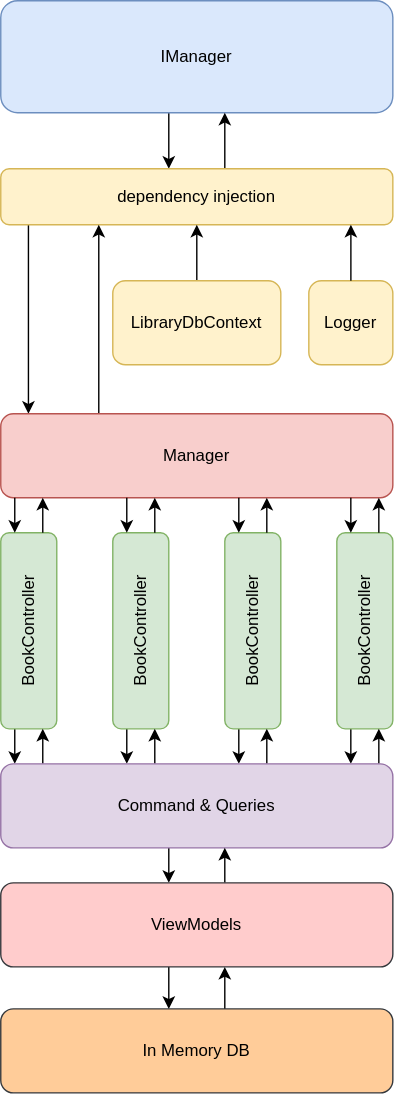
This is Img/Diagram/diagram.svg from Fimple-Net-Bootcamp/bahtiyar-bayir-week-1, a draw.io export, as it was before one commit. Source tidied: cells renumbered, new cells last; positions are measured from the earlier drawing's top-left corner, leaving out a move shared by most shapes.
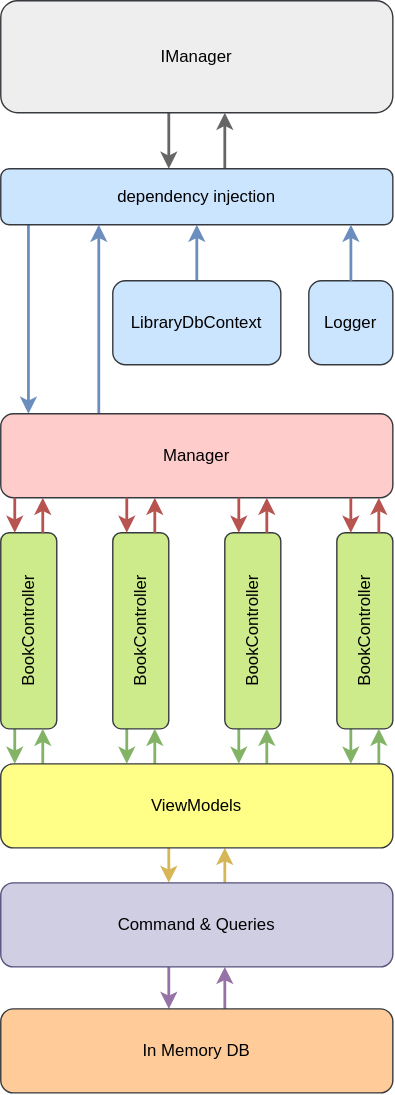
Later version of the same file.

Diff of the diagram source:
```diff
@@ -2,7 +2,7 @@
   <root>
     <mxCell id="0" />
     <mxCell id="1" parent="0" />
-    <mxCell id="2" style="edgeStyle=orthogonalEdgeStyle;rounded=0;jettySize=auto;html=1;" parent="1" edge="1" source="3" target="6">
+    <mxCell id="2" style="edgeStyle=orthogonalEdgeStyle;rounded=0;jettySize=auto;html=1;strokeWidth=2;fillColor=#f5f5f5;strokeColor=#666666;" parent="1" edge="1" source="3" target="6">
       <mxGeometry relative="1" as="geometry">
         <Array as="points">
           <mxPoint x="120" y="110" />
@@ -10,10 +10,10 @@
         </Array>
       </mxGeometry>
     </mxCell>
-    <mxCell id="3" value="IManager" style="rounded=1;whiteSpace=wrap;html=1;fillColor=#dae8fc;strokeColor=#6c8ebf;" parent="1" vertex="1">
+    <mxCell id="3" value="IManager" style="rounded=1;whiteSpace=wrap;html=1;fillColor=#eeeeee;strokeColor=#36393d;" parent="1" vertex="1">
       <mxGeometry width="280" height="80" as="geometry" />
     </mxCell>
-    <mxCell id="4" style="edgeStyle=orthogonalEdgeStyle;rounded=0;jettySize=auto;html=1;" parent="1" edge="1" source="6" target="3">
+    <mxCell id="4" style="edgeStyle=orthogonalEdgeStyle;rounded=0;jettySize=auto;html=1;strokeWidth=2;fillColor=#f5f5f5;strokeColor=#666666;" parent="1" edge="1" source="6" target="3">
       <mxGeometry relative="1" as="geometry">
         <Array as="points">
           <mxPoint x="160" y="90" />
@@ -21,25 +21,25 @@
         </Array>
       </mxGeometry>
     </mxCell>
-    <mxCell id="5" style="edgeStyle=orthogonalEdgeStyle;rounded=0;orthogonalLoop=1;jettySize=auto;html=1;entryX=0.5;entryY=0;entryDx=0;entryDy=0;" parent="1" edge="1">
+    <mxCell id="5" style="edgeStyle=orthogonalEdgeStyle;rounded=0;orthogonalLoop=1;jettySize=auto;html=1;entryX=0.5;entryY=0;entryDx=0;entryDy=0;strokeWidth=2;fillColor=#dae8fc;strokeColor=#6c8ebf;" parent="1" edge="1">
       <mxGeometry relative="1" as="geometry">
         <mxPoint x="19.8" y="160" as="sourcePoint" />
         <mxPoint x="19.8" y="295" as="targetPoint" />
       </mxGeometry>
     </mxCell>
-    <mxCell id="6" value="dependency injection" style="whiteSpace=wrap;html=1;rounded=1;fillColor=#fff2cc;strokeColor=#d6b656;" parent="1" vertex="1">
+    <mxCell id="6" value="dependency injection" style="whiteSpace=wrap;html=1;rounded=1;fillColor=#cce5ff;strokeColor=#36393d;" parent="1" vertex="1">
       <mxGeometry y="120" width="280" height="40" as="geometry" />
     </mxCell>
-    <mxCell id="7" style="edgeStyle=orthogonalEdgeStyle;rounded=0;jettySize=auto;html=1;" parent="1" edge="1" source="8" target="6">
+    <mxCell id="7" style="edgeStyle=orthogonalEdgeStyle;rounded=0;jettySize=auto;html=1;strokeWidth=2;fillColor=#dae8fc;strokeColor=#6c8ebf;" parent="1" edge="1" source="8" target="6">
       <mxGeometry relative="1" as="geometry" />
     </mxCell>
-    <mxCell id="8" value="LibraryDbContext" style="whiteSpace=wrap;html=1;rounded=1;fillColor=#fff2cc;strokeColor=#d6b656;" parent="1" vertex="1">
+    <mxCell id="8" value="LibraryDbContext" style="whiteSpace=wrap;html=1;rounded=1;fillColor=#cce5ff;strokeColor=#36393d;" parent="1" vertex="1">
       <mxGeometry x="80" y="200" width="120" height="60" as="geometry" />
     </mxCell>
-    <mxCell id="9" value="Logger" style="whiteSpace=wrap;html=1;rounded=1;fillColor=#fff2cc;strokeColor=#d6b656;" parent="1" vertex="1">
+    <mxCell id="9" value="Logger" style="whiteSpace=wrap;html=1;rounded=1;fillColor=#cce5ff;strokeColor=#36393d;" parent="1" vertex="1">
       <mxGeometry x="220" y="200" width="60" height="60" as="geometry" />
     </mxCell>
-    <mxCell id="10" style="edgeStyle=orthogonalEdgeStyle;rounded=0;jettySize=auto;html=1;entryX=0.25;entryY=1;entryDx=0;entryDy=0;" parent="1" edge="1" source="11" target="6">
+    <mxCell id="10" style="edgeStyle=orthogonalEdgeStyle;rounded=0;jettySize=auto;html=1;entryX=0.25;entryY=1;entryDx=0;entryDy=0;strokeWidth=2;fillColor=#dae8fc;strokeColor=#6c8ebf;" parent="1" edge="1" source="11" target="6">
       <mxGeometry relative="1" as="geometry">
         <Array as="points">
           <mxPoint x="70" y="260" />
@@ -47,117 +47,125 @@
         </Array>
       </mxGeometry>
     </mxCell>
-    <mxCell id="11" value="Manager" style="whiteSpace=wrap;html=1;rounded=1;fillColor=#f8cecc;strokeColor=#b85450;" parent="1" vertex="1">
+    <mxCell id="11" value="Manager" style="whiteSpace=wrap;html=1;rounded=1;fillColor=#ffcccc;strokeColor=#36393d;" parent="1" vertex="1">
       <mxGeometry y="295" width="280" height="60" as="geometry" />
     </mxCell>
-    <mxCell id="12" style="edgeStyle=orthogonalEdgeStyle;rounded=0;jettySize=auto;html=1;" parent="1" edge="1" source="13" target="25">
+    <mxCell id="12" style="edgeStyle=orthogonalEdgeStyle;rounded=0;jettySize=auto;html=1;strokeWidth=2;fillColor=#d5e8d4;strokeColor=#82b366;" parent="1" edge="1" source="13">
       <mxGeometry relative="1" as="geometry">
+        <mxPoint x="10" y="545" as="targetPoint" />
         <Array as="points">
           <mxPoint x="10" y="540" />
           <mxPoint x="10" y="540" />
         </Array>
       </mxGeometry>
     </mxCell>
-    <mxCell id="13" value="BookController" style="whiteSpace=wrap;html=1;rounded=1;horizontal=0;verticalAlign=middle;fillColor=#d5e8d4;strokeColor=#82b366;" parent="1" vertex="1">
+    <mxCell id="13" value="BookController" style="whiteSpace=wrap;html=1;rounded=1;horizontal=0;verticalAlign=middle;fillColor=#cdeb8b;strokeColor=#36393d;" parent="1" vertex="1">
       <mxGeometry y="380" width="40" height="140" as="geometry" />
     </mxCell>
-    <mxCell id="14" style="edgeStyle=orthogonalEdgeStyle;rounded=0;jettySize=auto;html=1;" parent="1" edge="1" source="15" target="25">
+    <mxCell id="14" style="edgeStyle=orthogonalEdgeStyle;rounded=0;jettySize=auto;html=1;strokeWidth=2;fillColor=#d5e8d4;strokeColor=#82b366;" parent="1" edge="1" source="15">
       <mxGeometry relative="1" as="geometry">
+        <mxPoint x="90" y="545" as="targetPoint" />
         <Array as="points">
           <mxPoint x="90" y="540" />
           <mxPoint x="90" y="540" />
         </Array>
       </mxGeometry>
     </mxCell>
-    <mxCell id="15" value="BookController" style="whiteSpace=wrap;html=1;rounded=1;horizontal=0;verticalAlign=middle;fillColor=#d5e8d4;strokeColor=#82b366;" parent="1" vertex="1">
+    <mxCell id="15" value="BookController" style="whiteSpace=wrap;html=1;rounded=1;horizontal=0;verticalAlign=middle;fillColor=#cdeb8b;strokeColor=#36393d;" parent="1" vertex="1">
       <mxGeometry x="80" y="380" width="40" height="140" as="geometry" />
     </mxCell>
-    <mxCell id="16" style="edgeStyle=orthogonalEdgeStyle;rounded=0;jettySize=auto;html=1;" parent="1" edge="1" source="17" target="25">
+    <mxCell id="16" style="edgeStyle=orthogonalEdgeStyle;rounded=0;jettySize=auto;html=1;strokeWidth=2;fillColor=#d5e8d4;strokeColor=#82b366;" parent="1" edge="1" source="17">
       <mxGeometry relative="1" as="geometry">
+        <mxPoint x="170" y="545" as="targetPoint" />
         <Array as="points">
           <mxPoint x="170" y="530" />
           <mxPoint x="170" y="530" />
         </Array>
       </mxGeometry>
     </mxCell>
-    <mxCell id="17" value="BookController" style="whiteSpace=wrap;html=1;rounded=1;horizontal=0;verticalAlign=middle;fillColor=#d5e8d4;strokeColor=#82b366;" parent="1" vertex="1">
+    <mxCell id="17" value="BookController" style="whiteSpace=wrap;html=1;rounded=1;horizontal=0;verticalAlign=middle;fillColor=#cdeb8b;strokeColor=#36393d;" parent="1" vertex="1">
       <mxGeometry x="160" y="380" width="40" height="140" as="geometry" />
     </mxCell>
-    <mxCell id="18" style="edgeStyle=orthogonalEdgeStyle;rounded=0;jettySize=auto;html=1;" parent="1" edge="1" source="19" target="25">
+    <mxCell id="18" style="edgeStyle=orthogonalEdgeStyle;rounded=0;jettySize=auto;html=1;strokeWidth=2;fillColor=#d5e8d4;strokeColor=#82b366;" parent="1" edge="1" source="19">
       <mxGeometry relative="1" as="geometry">
+        <mxPoint x="250" y="545" as="targetPoint" />
         <Array as="points">
           <mxPoint x="250" y="530" />
           <mxPoint x="250" y="530" />
         </Array>
       </mxGeometry>
     </mxCell>
-    <mxCell id="19" value="BookController" style="whiteSpace=wrap;html=1;rounded=1;horizontal=0;verticalAlign=middle;fillColor=#d5e8d4;strokeColor=#82b366;" parent="1" vertex="1">
+    <mxCell id="19" value="BookController" style="whiteSpace=wrap;html=1;rounded=1;horizontal=0;verticalAlign=middle;fillColor=#cdeb8b;strokeColor=#36393d;" parent="1" vertex="1">
       <mxGeometry x="240" y="380" width="40" height="140" as="geometry" />
     </mxCell>
-    <mxCell id="20" style="edgeStyle=orthogonalEdgeStyle;rounded=0;jettySize=auto;html=1;" parent="1" edge="1" source="25" target="28">
+    <mxCell id="20" style="edgeStyle=orthogonalEdgeStyle;rounded=0;orthogonalLoop=1;jettySize=auto;html=1;strokeWidth=2;fillColor=#fff2cc;strokeColor=#d6b656;" parent="1" edge="1">
       <mxGeometry relative="1" as="geometry">
+        <mxPoint x="120" y="605" as="sourcePoint" />
+        <mxPoint x="120" y="630" as="targetPoint" />
         <Array as="points">
           <mxPoint x="120" y="620" />
           <mxPoint x="120" y="620" />
         </Array>
       </mxGeometry>
     </mxCell>
-    <mxCell id="21" style="edgeStyle=orthogonalEdgeStyle;rounded=0;jettySize=auto;html=1;entryX=0.75;entryY=1;entryDx=0;entryDy=0;" parent="1" edge="1" source="25" target="13">
+    <mxCell id="21" style="edgeStyle=orthogonalEdgeStyle;rounded=0;jettySize=auto;html=1;entryX=0.75;entryY=1;entryDx=0;entryDy=0;strokeWidth=2;fillColor=#d5e8d4;strokeColor=#82b366;" parent="1" edge="1" target="13">
       <mxGeometry relative="1" as="geometry">
+        <mxPoint x="30" y="545" as="sourcePoint" />
         <Array as="points">
           <mxPoint x="30" y="530" />
           <mxPoint x="30" y="530" />
         </Array>
       </mxGeometry>
     </mxCell>
-    <mxCell id="22" style="edgeStyle=orthogonalEdgeStyle;rounded=0;jettySize=auto;html=1;entryX=0.75;entryY=1;entryDx=0;entryDy=0;" parent="1" edge="1" source="25" target="15">
+    <mxCell id="22" style="edgeStyle=orthogonalEdgeStyle;rounded=0;jettySize=auto;html=1;entryX=0.75;entryY=1;entryDx=0;entryDy=0;strokeWidth=2;fillColor=#d5e8d4;strokeColor=#82b366;" parent="1" edge="1" target="15">
       <mxGeometry relative="1" as="geometry">
+        <mxPoint x="110" y="545" as="sourcePoint" />
         <Array as="points">
           <mxPoint x="110" y="540" />
           <mxPoint x="110" y="540" />
         </Array>
       </mxGeometry>
     </mxCell>
-    <mxCell id="23" style="edgeStyle=orthogonalEdgeStyle;rounded=0;jettySize=auto;html=1;entryX=0.75;entryY=1;entryDx=0;entryDy=0;" parent="1" edge="1" source="25" target="17">
+    <mxCell id="23" style="edgeStyle=orthogonalEdgeStyle;rounded=0;jettySize=auto;html=1;entryX=0.75;entryY=1;entryDx=0;entryDy=0;strokeWidth=2;fillColor=#d5e8d4;strokeColor=#82b366;" parent="1" edge="1" target="17">
       <mxGeometry relative="1" as="geometry">
+        <mxPoint x="190" y="545" as="sourcePoint" />
         <Array as="points">
           <mxPoint x="190" y="540" />
           <mxPoint x="190" y="540" />
         </Array>
       </mxGeometry>
     </mxCell>
-    <mxCell id="24" style="edgeStyle=orthogonalEdgeStyle;rounded=0;jettySize=auto;html=1;entryX=0.75;entryY=1;entryDx=0;entryDy=0;" parent="1" edge="1" source="25" target="19">
+    <mxCell id="24" style="edgeStyle=orthogonalEdgeStyle;rounded=0;jettySize=auto;html=1;entryX=0.75;entryY=1;entryDx=0;entryDy=0;strokeWidth=2;fillColor=#d5e8d4;strokeColor=#82b366;" parent="1" edge="1" target="19">
       <mxGeometry relative="1" as="geometry">
+        <mxPoint x="270" y="545" as="sourcePoint" />
         <Array as="points">
           <mxPoint x="270" y="540" />
           <mxPoint x="270" y="540" />
         </Array>
       </mxGeometry>
     </mxCell>
-    <mxCell id="25" value="Command &amp;amp; Queries" style="whiteSpace=wrap;html=1;rounded=1;fillColor=#e1d5e7;strokeColor=#9673a6;" parent="1" vertex="1">
-      <mxGeometry y="545" width="280" height="60" as="geometry" />
-    </mxCell>
-    <mxCell id="26" style="edgeStyle=orthogonalEdgeStyle;rounded=0;jettySize=auto;html=1;" parent="1" edge="1" source="28" target="30">
+    <mxCell id="26" style="edgeStyle=orthogonalEdgeStyle;rounded=0;jettySize=auto;html=1;strokeWidth=2;fillColor=#e1d5e7;strokeColor=#9673a6;" parent="1" edge="1" target="30">
       <mxGeometry relative="1" as="geometry">
+        <mxPoint x="120" y="690" as="sourcePoint" />
         <Array as="points">
           <mxPoint x="120" y="710" />
           <mxPoint x="120" y="710" />
         </Array>
       </mxGeometry>
     </mxCell>
-    <mxCell id="27" style="edgeStyle=orthogonalEdgeStyle;rounded=0;jettySize=auto;html=1;" parent="1" edge="1" source="28" target="25">
+    <mxCell id="27" style="edgeStyle=orthogonalEdgeStyle;rounded=0;orthogonalLoop=1;jettySize=auto;html=1;strokeWidth=2;fillColor=#fff2cc;strokeColor=#d6b656;" parent="1" edge="1">
       <mxGeometry relative="1" as="geometry">
+        <mxPoint x="160" y="630" as="sourcePoint" />
+        <mxPoint x="160" y="605" as="targetPoint" />
         <Array as="points">
           <mxPoint x="160" y="620" />
           <mxPoint x="160" y="620" />
         </Array>
       </mxGeometry>
     </mxCell>
-    <mxCell id="28" value="ViewModels" style="whiteSpace=wrap;html=1;rounded=1;fillColor=#ffcccc;strokeColor=#36393d;" parent="1" vertex="1">
-      <mxGeometry y="630" width="280" height="60" as="geometry" />
-    </mxCell>
-    <mxCell id="29" style="edgeStyle=orthogonalEdgeStyle;rounded=0;jettySize=auto;html=1;" parent="1" edge="1" source="30" target="28">
+    <mxCell id="29" style="edgeStyle=orthogonalEdgeStyle;rounded=0;jettySize=auto;html=1;strokeWidth=2;fillColor=#e1d5e7;strokeColor=#9673a6;" parent="1" edge="1" source="30">
       <mxGeometry relative="1" as="geometry">
+        <mxPoint x="160" y="690" as="targetPoint" />
         <Array as="points">
           <mxPoint x="160" y="710" />
           <mxPoint x="160" y="710" />
@@ -167,91 +175,94 @@
     <mxCell id="30" value="In Memory DB" style="whiteSpace=wrap;html=1;rounded=1;fillColor=#ffcc99;strokeColor=#36393d;" parent="1" vertex="1">
       <mxGeometry y="720" width="280" height="60" as="geometry" />
     </mxCell>
-    <mxCell id="31" style="group;" parent="1" vertex="1">
-      <mxGeometry x="10" y="365" width="260" height="10" as="geometry" />
-    </mxCell>
+    <mxCell id="40" style="edgeStyle=orthogonalEdgeStyle;rounded=0;jettySize=auto;html=1;entryX=0.893;entryY=1.001;entryDx=0;entryDy=0;entryPerimeter=0;strokeWidth=2;fillColor=#dae8fc;strokeColor=#6c8ebf;" parent="1" edge="1" source="9" target="6">
+      <mxGeometry relative="1" as="geometry" />
+    </mxCell>
+    <mxCell id="25" value="Command &amp;amp; Queries" style="whiteSpace=wrap;html=1;rounded=1;fillColor=#d0cee2;strokeColor=#56517e;" parent="1" vertex="1">
+      <mxGeometry y="630" width="280" height="60" as="geometry" />
+    </mxCell>
+    <mxCell id="28" value="ViewModels" style="whiteSpace=wrap;html=1;rounded=1;fillColor=#ffff88;strokeColor=#36393d;" parent="1" vertex="1">
+      <mxGeometry y="545" width="280" height="60" as="geometry" />
+    </mxCell>
-    <mxCell id="32" style="edgeStyle=orthogonalEdgeStyle;rounded=0;orthogonalLoop=1;jettySize=auto;html=1;" parent="31" edge="1">
+    <mxCell id="32" style="edgeStyle=orthogonalEdgeStyle;rounded=0;orthogonalLoop=1;jettySize=auto;html=1;strokeWidth=2;fillColor=#f8cecc;strokeColor=#b85450;" parent="1" edge="1">
       <mxGeometry relative="1" as="geometry">
-        <mxPoint y="-10" as="sourcePoint" />
-        <mxPoint y="15" as="targetPoint" />
+        <mxPoint x="10" y="355" as="sourcePoint" />
+        <mxPoint x="10" y="380" as="targetPoint" />
         <Array as="points">
-          <mxPoint y="10" />
-          <mxPoint y="10" />
+          <mxPoint x="10" y="375" />
+          <mxPoint x="10" y="375" />
         </Array>
       </mxGeometry>
     </mxCell>
-    <mxCell id="33" style="edgeStyle=orthogonalEdgeStyle;rounded=0;orthogonalLoop=1;jettySize=auto;html=1;" parent="31" edge="1">
+    <mxCell id="33" style="edgeStyle=orthogonalEdgeStyle;rounded=0;orthogonalLoop=1;jettySize=auto;html=1;strokeWidth=2;fillColor=#f8cecc;strokeColor=#b85450;" parent="1" edge="1">
       <mxGeometry relative="1" as="geometry">
-        <mxPoint x="80" y="-10" as="sourcePoint" />
-        <mxPoint x="80" y="15" as="targetPoint" />
+        <mxPoint x="90" y="355" as="sourcePoint" />
+        <mxPoint x="90" y="380" as="targetPoint" />
         <Array as="points">
-          <mxPoint x="80" y="10" />
-          <mxPoint x="80" y="10" />
+          <mxPoint x="90" y="375" />
+          <mxPoint x="90" y="375" />
         </Array>
       </mxGeometry>
     </mxCell>
-    <mxCell id="34" style="edgeStyle=orthogonalEdgeStyle;rounded=0;orthogonalLoop=1;jettySize=auto;html=1;" parent="31" edge="1">
+    <mxCell id="34" style="edgeStyle=orthogonalEdgeStyle;rounded=0;orthogonalLoop=1;jettySize=auto;html=1;strokeWidth=2;fillColor=#f8cecc;strokeColor=#b85450;" parent="1" edge="1">
       <mxGeometry relative="1" as="geometry">
-        <mxPoint x="160" y="-10" as="sourcePoint" />
-        <mxPoint x="160" y="15" as="targetPoint" />
+        <mxPoint x="170" y="355" as="sourcePoint" />
+        <mxPoint x="170" y="380" as="targetPoint" />
         <Array as="points">
-          <mxPoint x="160" />
-          <mxPoint x="160" />
+          <mxPoint x="170" y="365" />
+          <mxPoint x="170" y="365" />
         </Array>
       </mxGeometry>
     </mxCell>
-    <mxCell id="35" style="edgeStyle=orthogonalEdgeStyle;rounded=0;orthogonalLoop=1;jettySize=auto;html=1;" parent="31" edge="1">
+    <mxCell id="35" style="edgeStyle=orthogonalEdgeStyle;rounded=0;orthogonalLoop=1;jettySize=auto;html=1;strokeWidth=2;fillColor=#f8cecc;strokeColor=#b85450;" parent="1" edge="1">
       <mxGeometry relative="1" as="geometry">
-        <mxPoint x="240" y="-10" as="sourcePoint" />
-        <mxPoint x="240" y="15" as="targetPoint" />
+        <mxPoint x="250" y="355" as="sourcePoint" />
+        <mxPoint x="250" y="380" as="targetPoint" />
         <Array as="points">
-          <mxPoint x="240" />
-          <mxPoint x="240" />
+          <mxPoint x="250" y="365" />
+          <mxPoint x="250" y="365" />
         </Array>
       </mxGeometry>
     </mxCell>
-    <mxCell id="36" style="edgeStyle=orthogonalEdgeStyle;rounded=0;orthogonalLoop=1;jettySize=auto;html=1;entryX=0.75;entryY=1;entryDx=0;entryDy=0;" parent="31" edge="1">
+    <mxCell id="36" style="edgeStyle=orthogonalEdgeStyle;rounded=0;orthogonalLoop=1;jettySize=auto;html=1;entryX=0.75;entryY=1;entryDx=0;entryDy=0;strokeWidth=2;fillColor=#f8cecc;strokeColor=#b85450;" parent="1" edge="1">
       <mxGeometry relative="1" as="geometry">
-        <mxPoint x="20" y="15" as="sourcePoint" />
-        <mxPoint x="20" y="-10" as="targetPoint" />
+        <mxPoint x="30" y="380" as="sourcePoint" />
+        <mxPoint x="30" y="355" as="targetPoint" />
         <Array as="points">
-          <mxPoint x="20" />
-          <mxPoint x="20" />
+          <mxPoint x="30" y="365" />
+          <mxPoint x="30" y="365" />
         </Array>
       </mxGeometry>
     </mxCell>
-    <mxCell id="37" style="edgeStyle=orthogonalEdgeStyle;rounded=0;orthogonalLoop=1;jettySize=auto;html=1;entryX=0.75;entryY=1;entryDx=0;entryDy=0;" parent="31" edge="1">
+    <mxCell id="37" style="edgeStyle=orthogonalEdgeStyle;rounded=0;orthogonalLoop=1;jettySize=auto;html=1;entryX=0.75;entryY=1;entryDx=0;entryDy=0;strokeWidth=2;fillColor=#f8cecc;strokeColor=#b85450;" parent="1" edge="1">
       <mxGeometry relative="1" as="geometry">
-        <mxPoint x="100" y="15" as="sourcePoint" />
-        <mxPoint x="100" y="-10" as="targetPoint" />
+        <mxPoint x="110" y="380" as="sourcePoint" />
+        <mxPoint x="110" y="355" as="targetPoint" />
         <Array as="points">
-          <mxPoint x="100" y="10" />
-          <mxPoint x="100" y="10" />
+          <mxPoint x="110" y="375" />
+          <mxPoint x="110" y="375" />
         </Array>
       </mxGeometry>
     </mxCell>
-    <mxCell id="38" style="edgeStyle=orthogonalEdgeStyle;rounded=0;orthogonalLoop=1;jettySize=auto;html=1;entryX=0.75;entryY=1;entryDx=0;entryDy=0;" parent="31" edge="1">
+    <mxCell id="38" style="edgeStyle=orthogonalEdgeStyle;rounded=0;orthogonalLoop=1;jettySize=auto;html=1;entryX=0.75;entryY=1;entryDx=0;entryDy=0;strokeWidth=2;fillColor=#f8cecc;strokeColor=#b85450;" parent="1" edge="1">
       <mxGeometry relative="1" as="geometry">
-        <mxPoint x="180" y="15" as="sourcePoint" />
-        <mxPoint x="180" y="-10" as="targetPoint" />
+        <mxPoint x="190" y="380" as="sourcePoint" />
+        <mxPoint x="190" y="355" as="targetPoint" />
         <Array as="points">
-          <mxPoint x="180" y="10" />
-          <mxPoint x="180" y="10" />
+          <mxPoint x="190" y="375" />
+          <mxPoint x="190" y="375" />
         </Array>
       </mxGeometry>
     </mxCell>
-    <mxCell id="39" style="edgeStyle=orthogonalEdgeStyle;rounded=0;orthogonalLoop=1;jettySize=auto;html=1;entryX=0.75;entryY=1;entryDx=0;entryDy=0;" parent="31" edge="1">
+    <mxCell id="39" style="edgeStyle=orthogonalEdgeStyle;rounded=0;orthogonalLoop=1;jettySize=auto;html=1;entryX=0.75;entryY=1;entryDx=0;entryDy=0;strokeWidth=2;fillColor=#f8cecc;strokeColor=#b85450;" parent="1" edge="1">
       <mxGeometry relative="1" as="geometry">
-        <mxPoint x="260" y="15" as="sourcePoint" />
-        <mxPoint x="260" y="-10" as="targetPoint" />
+        <mxPoint x="270" y="380" as="sourcePoint" />
+        <mxPoint x="270" y="355" as="targetPoint" />
         <Array as="points">
-          <mxPoint x="260" y="10" />
-          <mxPoint x="260" y="10" />
+          <mxPoint x="270" y="375" />
+          <mxPoint x="270" y="375" />
         </Array>
       </mxGeometry>
     </mxCell>
-    <mxCell id="40" style="edgeStyle=orthogonalEdgeStyle;rounded=0;jettySize=auto;html=1;entryX=0.893;entryY=1.001;entryDx=0;entryDy=0;entryPerimeter=0;" parent="1" edge="1" source="9" target="6">
-      <mxGeometry relative="1" as="geometry" />
-    </mxCell>
   </root>
 </mxGraphModel>
```
